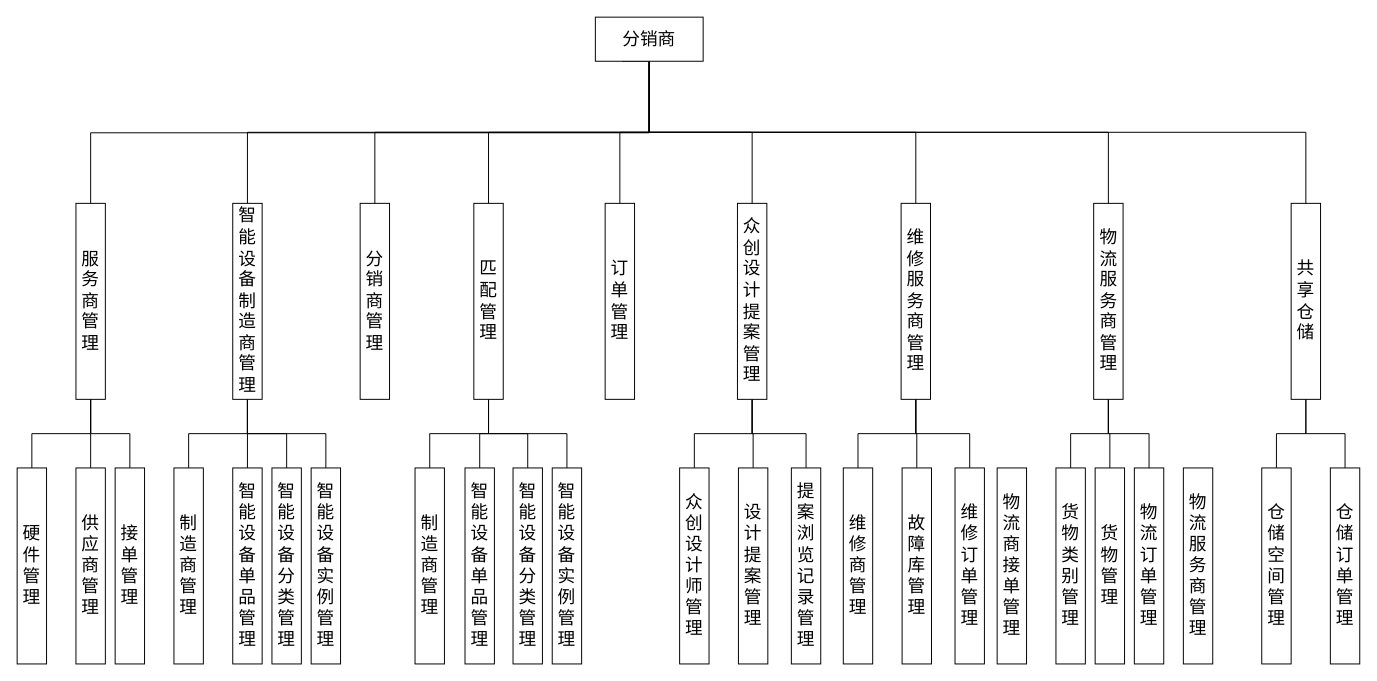
Above: page "下游" (2 of 6) of 毕设/功能模块图.drawio in 2919282119/charts (draw.io), before the change. Source tidied: cells renumbered, new cells numbered last; positions are measured from the earlier drawing's top-left corner, leaving out a move shared by most shapes. Both pictures are drawn from the tidied source at 98%, with x=0, y=0 at pixel (17, 17).
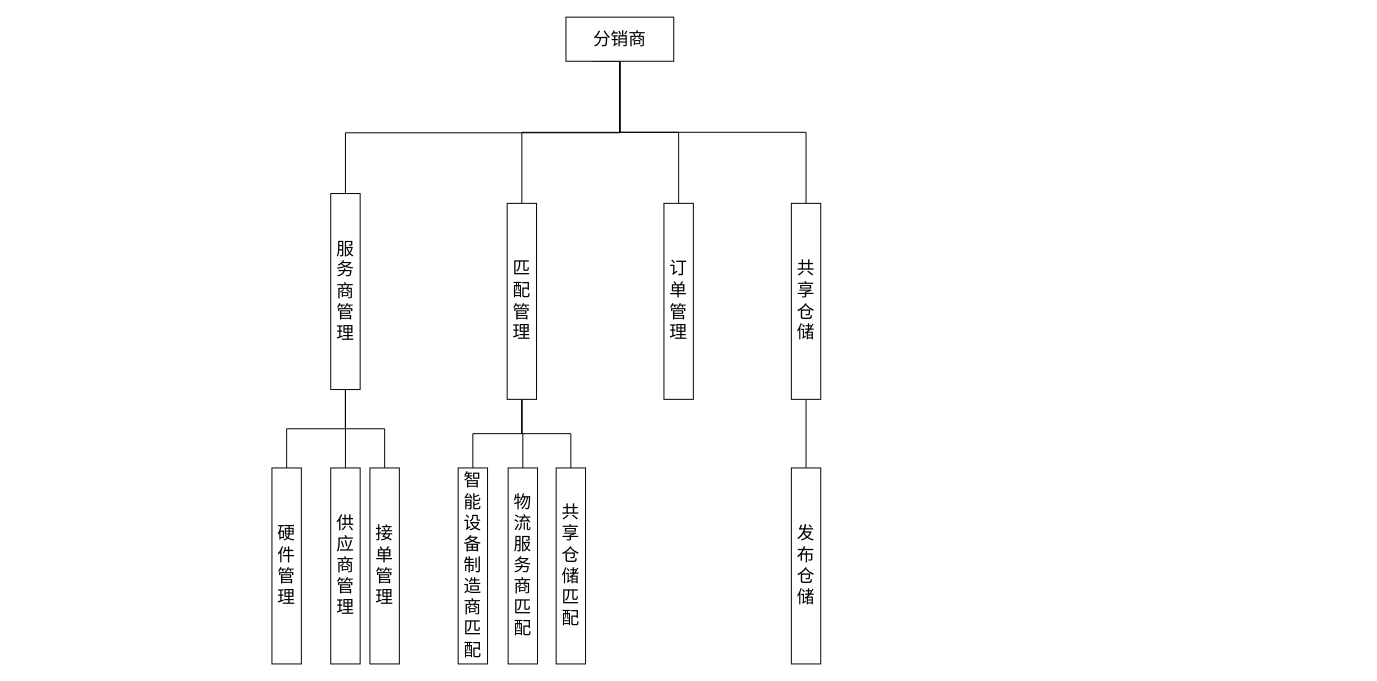
The same diagram, later.

Commit message:
更新功能模块图.drawio

What changed in the source:
```diff
@@
-    <mxCell id="2" value="&lt;font&gt;分销商管理&lt;/font&gt;" style="rounded=0;whiteSpace=wrap;html=1;textDirection=ltr;fontSize=18;" parent="1" vertex="1">
-      <mxGeometry x="350" y="190" width="30" height="200" as="geometry" />
-    </mxCell>
@@
-    <mxCell id="6" style="edgeStyle=orthogonalEdgeStyle;shape=connector;rounded=0;jettySize=auto;html=1;exitX=0.5;exitY=1;exitDx=0;exitDy=0;entryX=0.5;entryY=0;entryDx=0;entryDy=0;strokeColor=default;align=center;verticalAlign=middle;fontFamily=Helvetica;fontSize=12;fontColor=default;labelBackgroundColor=default;textDirection=vertical-lr;startFill=0;endArrow=none;" parent="1" edge="1" source="7" target="34">
-      <mxGeometry relative="1" as="geometry" />
-    </mxCell>
     <mxCell id="7" value="&lt;span&gt;匹配管理&lt;/span&gt;" style="rounded=0;whiteSpace=wrap;html=1;textDirection=ltr;fontSize=18;" parent="1" vertex="1">
-      <mxGeometry x="466" y="190" width="30" height="200" as="geometry" />
+      <mxGeometry x="500" y="190" width="30" height="200" as="geometry" />
     </mxCell>
@@
     <mxCell id="11" value="服务商管理" style="rounded=0;whiteSpace=wrap;html=1;textDirection=ltr;fontSize=18;" parent="1" vertex="1">
-      <mxGeometry x="60" y="190" width="30" height="200" as="geometry" />
+      <mxGeometry x="320" y="180" width="30" height="200" as="geometry" />
     </mxCell>
-    <mxCell id="12" style="edgeStyle=orthogonalEdgeStyle;shape=connector;rounded=0;jettySize=auto;html=1;exitX=0.5;exitY=1;exitDx=0;exitDy=0;strokeColor=default;align=center;verticalAlign=middle;fontFamily=Helvetica;fontSize=12;fontColor=default;labelBackgroundColor=default;textDirection=vertical-lr;startFill=0;endArrow=none;" parent="1" edge="1" source="16" target="51">
-      <mxGeometry relative="1" as="geometry" />
-    </mxCell>
-    <mxCell id="13" style="edgeStyle=orthogonalEdgeStyle;shape=connector;rounded=0;jettySize=auto;html=1;exitX=0.5;exitY=1;exitDx=0;exitDy=0;strokeColor=default;align=center;verticalAlign=middle;fontFamily=Helvetica;fontSize=12;fontColor=default;labelBackgroundColor=default;textDirection=vertical-lr;startFill=0;endArrow=none;" parent="1" edge="1" source="16" target="53">
-      <mxGeometry relative="1" as="geometry" />
-    </mxCell>
-    <mxCell id="14" style="edgeStyle=orthogonalEdgeStyle;shape=connector;rounded=0;jettySize=auto;html=1;exitX=0.5;exitY=1;exitDx=0;exitDy=0;strokeColor=default;align=center;verticalAlign=middle;fontFamily=Helvetica;fontSize=12;fontColor=default;labelBackgroundColor=default;textDirection=vertical-lr;startFill=0;endArrow=none;" parent="1" edge="1" source="16" target="52">
-      <mxGeometry relative="1" as="geometry" />
-    </mxCell>
-    <mxCell id="15" style="edgeStyle=orthogonalEdgeStyle;shape=connector;rounded=0;jettySize=auto;html=1;exitX=0.5;exitY=1;exitDx=0;exitDy=0;entryX=0.5;entryY=0;entryDx=0;entryDy=0;strokeColor=default;align=center;verticalAlign=middle;fontFamily=Helvetica;fontSize=12;fontColor=default;labelBackgroundColor=default;textDirection=vertical-lr;startFill=0;endArrow=none;" parent="1" edge="1" source="16" target="33">
-      <mxGeometry relative="1" as="geometry" />
-    </mxCell>
-    <mxCell id="16" value="&lt;font&gt;智能设备制造商管理&lt;/font&gt;" style="rounded=0;whiteSpace=wrap;html=1;textDirection=ltr;fontSize=18;" parent="1" vertex="1">
-      <mxGeometry x="220" y="190" width="30" height="200" as="geometry" />
-    </mxCell>
     <mxCell id="17" value="&lt;span&gt;订单管理&lt;/span&gt;" style="rounded=0;whiteSpace=wrap;html=1;textDirection=ltr;fontSize=18;" parent="1" vertex="1">
-      <mxGeometry x="600" y="190" width="30" height="200" as="geometry" />
+      <mxGeometry x="660" y="190" width="30" height="200" as="geometry" />
     </mxCell>
-    <mxCell id="18" style="edgeStyle=orthogonalEdgeStyle;shape=connector;rounded=0;jettySize=auto;html=1;exitX=0.5;exitY=1;exitDx=0;exitDy=0;entryX=0.5;entryY=0;entryDx=0;entryDy=0;strokeColor=default;align=center;verticalAlign=middle;fontFamily=Helvetica;fontSize=12;fontColor=default;labelBackgroundColor=default;textDirection=vertical-lr;startFill=0;endArrow=none;" parent="1" edge="1" source="20" target="46">
-      <mxGeometry relative="1" as="geometry" />
-    </mxCell>
@@
     <mxCell id="20" value="&lt;span&gt;共享仓储&lt;/span&gt;" style="rounded=0;whiteSpace=wrap;html=1;textDirection=ltr;fontSize=18;" parent="1" vertex="1">
-      <mxGeometry x="1300" y="190" width="30" height="200" as="geometry" />
+      <mxGeometry x="790" y="190" width="30" height="200" as="geometry" />
     </mxCell>
-    <mxCell id="21" style="edgeStyle=orthogonalEdgeStyle;shape=connector;rounded=0;jettySize=auto;html=1;exitX=0.5;exitY=1;exitDx=0;exitDy=0;entryX=0.5;entryY=0;entryDx=0;entryDy=0;strokeColor=default;align=center;verticalAlign=middle;fontFamily=Helvetica;fontSize=12;fontColor=default;labelBackgroundColor=default;textDirection=vertical-lr;startFill=0;endArrow=none;" parent="1" edge="1" source="24" target="44">
-      <mxGeometry relative="1" as="geometry" />
-    </mxCell>
-    <mxCell id="22" style="edgeStyle=orthogonalEdgeStyle;shape=connector;rounded=0;jettySize=auto;html=1;exitX=0.5;exitY=1;exitDx=0;exitDy=0;entryX=0.5;entryY=0;entryDx=0;entryDy=0;strokeColor=default;align=center;verticalAlign=middle;fontFamily=Helvetica;fontSize=12;fontColor=default;labelBackgroundColor=default;textDirection=vertical-lr;startFill=0;endArrow=none;" parent="1" edge="1" source="24" target="43">
-      <mxGeometry relative="1" as="geometry" />
-    </mxCell>
-    <mxCell id="23" style="edgeStyle=orthogonalEdgeStyle;shape=connector;rounded=0;jettySize=auto;html=1;exitX=0.5;exitY=1;exitDx=0;exitDy=0;entryX=0.5;entryY=0;entryDx=0;entryDy=0;strokeColor=default;align=center;verticalAlign=middle;fontFamily=Helvetica;fontSize=12;fontColor=default;labelBackgroundColor=default;textDirection=vertical-lr;startFill=0;endArrow=none;" parent="1" edge="1" source="24" target="41">
-      <mxGeometry relative="1" as="geometry" />
-    </mxCell>
-    <mxCell id="24" value="&lt;span&gt;物流服务商管理&lt;/span&gt;" style="rounded=0;whiteSpace=wrap;html=1;textDirection=ltr;fontSize=18;" parent="1" vertex="1">
-      <mxGeometry x="1098.5" y="190" width="30" height="200" as="geometry" />
-    </mxCell>
-    <mxCell id="25" style="edgeStyle=orthogonalEdgeStyle;shape=connector;rounded=0;jettySize=auto;html=1;exitX=0.5;exitY=1;exitDx=0;exitDy=0;entryX=0.5;entryY=0;entryDx=0;entryDy=0;strokeColor=default;align=center;verticalAlign=middle;fontFamily=Helvetica;fontSize=12;fontColor=default;labelBackgroundColor=default;textDirection=vertical-lr;startFill=0;endArrow=none;" parent="1" edge="1" source="28" target="39">
-      <mxGeometry relative="1" as="geometry" />
-    </mxCell>
-    <mxCell id="26" style="edgeStyle=orthogonalEdgeStyle;shape=connector;rounded=0;jettySize=auto;html=1;exitX=0.5;exitY=1;exitDx=0;exitDy=0;entryX=0.5;entryY=0;entryDx=0;entryDy=0;strokeColor=default;align=center;verticalAlign=middle;fontFamily=Helvetica;fontSize=12;fontColor=default;labelBackgroundColor=default;textDirection=vertical-lr;startFill=0;endArrow=none;" parent="1" edge="1" source="28" target="40">
-      <mxGeometry relative="1" as="geometry" />
-    </mxCell>
-    <mxCell id="27" style="edgeStyle=orthogonalEdgeStyle;shape=connector;rounded=0;jettySize=auto;html=1;exitX=0.5;exitY=1;exitDx=0;exitDy=0;entryX=0.5;entryY=0;entryDx=0;entryDy=0;strokeColor=default;align=center;verticalAlign=middle;fontFamily=Helvetica;fontSize=12;fontColor=default;labelBackgroundColor=default;textDirection=vertical-lr;startFill=0;endArrow=none;" parent="1" edge="1" source="28" target="38">
-      <mxGeometry relative="1" as="geometry" />
-    </mxCell>
-    <mxCell id="28" value="&lt;span&gt;维修服务商管理&lt;/span&gt;" style="rounded=0;whiteSpace=wrap;html=1;textDirection=ltr;fontSize=18;" parent="1" vertex="1">
-      <mxGeometry x="902" y="190" width="30" height="200" as="geometry" />
-    </mxCell>
-    <mxCell id="29" style="edgeStyle=orthogonalEdgeStyle;shape=connector;rounded=0;jettySize=auto;html=1;exitX=0.5;exitY=1;exitDx=0;exitDy=0;entryX=0.5;entryY=0;entryDx=0;entryDy=0;strokeColor=default;align=center;verticalAlign=middle;fontFamily=Helvetica;fontSize=12;fontColor=default;labelBackgroundColor=default;textDirection=vertical-lr;startFill=0;endArrow=none;" parent="1" edge="1" source="32" target="36">
-      <mxGeometry relative="1" as="geometry" />
-    </mxCell>
-    <mxCell id="30" style="edgeStyle=orthogonalEdgeStyle;shape=connector;rounded=0;jettySize=auto;html=1;exitX=0.5;exitY=1;exitDx=0;exitDy=0;entryX=0.5;entryY=0;entryDx=0;entryDy=0;strokeColor=default;align=center;verticalAlign=middle;fontFamily=Helvetica;fontSize=12;fontColor=default;labelBackgroundColor=default;textDirection=vertical-lr;startFill=0;endArrow=none;" parent="1" edge="1" source="32" target="37">
-      <mxGeometry relative="1" as="geometry" />
-    </mxCell>
-    <mxCell id="31" style="edgeStyle=orthogonalEdgeStyle;shape=connector;rounded=0;jettySize=auto;html=1;exitX=0.5;exitY=1;exitDx=0;exitDy=0;entryX=0.5;entryY=0;entryDx=0;entryDy=0;strokeColor=default;align=center;verticalAlign=middle;fontFamily=Helvetica;fontSize=12;fontColor=default;labelBackgroundColor=default;textDirection=vertical-lr;startFill=0;endArrow=none;" parent="1" edge="1" source="32" target="35">
-      <mxGeometry relative="1" as="geometry" />
-    </mxCell>
-    <mxCell id="32" value="&lt;span&gt;众创设计提案管理&lt;/span&gt;" style="rounded=0;whiteSpace=wrap;html=1;textDirection=ltr;fontSize=18;" parent="1" vertex="1">
-      <mxGeometry x="735" y="190" width="30" height="200" as="geometry" />
-    </mxCell>
-    <mxCell id="33" value="&lt;font&gt;智能设备实例管理&lt;/font&gt;" style="rounded=0;whiteSpace=wrap;html=1;textDirection=ltr;fontSize=18;" parent="1" vertex="1">
-      <mxGeometry x="300" y="460" width="30" height="200" as="geometry" />
-    </mxCell>
-    <mxCell id="34" value="&lt;font&gt;智能设备实例管理&lt;/font&gt;" style="rounded=0;whiteSpace=wrap;html=1;textDirection=ltr;fontSize=18;" parent="1" vertex="1">
-      <mxGeometry x="546" y="460" width="30" height="200" as="geometry" />
-    </mxCell>
-    <mxCell id="35" value="&lt;font&gt;提案浏览记录管理&lt;/font&gt;" style="rounded=0;whiteSpace=wrap;html=1;textDirection=ltr;fontSize=18;" parent="1" vertex="1">
-      <mxGeometry x="790" y="460" width="30" height="200" as="geometry" />
-    </mxCell>
-    <mxCell id="36" value="&lt;font&gt;众创设计师管理&lt;/font&gt;" style="rounded=0;whiteSpace=wrap;html=1;textDirection=ltr;fontSize=18;" parent="1" vertex="1">
-      <mxGeometry x="676" y="460" width="30" height="200" as="geometry" />
-    </mxCell>
-    <mxCell id="37" value="&lt;font&gt;设计提案管理&lt;/font&gt;" style="rounded=0;whiteSpace=wrap;html=1;textDirection=ltr;fontSize=18;" parent="1" vertex="1">
-      <mxGeometry x="736" y="460" width="30" height="200" as="geometry" />
-    </mxCell>
-    <mxCell id="38" value="&lt;font&gt;维修订单管理&lt;/font&gt;" style="rounded=0;whiteSpace=wrap;html=1;textDirection=ltr;fontSize=18;" parent="1" vertex="1">
-      <mxGeometry x="957" y="460" width="30" height="200" as="geometry" />
-    </mxCell>
-    <mxCell id="39" value="&lt;font&gt;维修商管理&lt;/font&gt;" style="rounded=0;whiteSpace=wrap;html=1;textDirection=ltr;fontSize=18;" parent="1" vertex="1">
-      <mxGeometry x="843" y="460" width="30" height="200" as="geometry" />
-    </mxCell>
-    <mxCell id="40" value="&lt;font&gt;故障库管理&lt;/font&gt;" style="rounded=0;whiteSpace=wrap;html=1;textDirection=ltr;fontSize=18;" parent="1" vertex="1">
-      <mxGeometry x="903" y="460" width="30" height="200" as="geometry" />
-    </mxCell>
-    <mxCell id="41" value="&lt;font&gt;物流订单管理&lt;/font&gt;" style="rounded=0;whiteSpace=wrap;html=1;textDirection=ltr;fontSize=18;" parent="1" vertex="1">
-      <mxGeometry x="1140" y="460" width="30" height="200" as="geometry" />
-    </mxCell>
-    <mxCell id="42" value="&lt;font&gt;物流商接单管理&lt;/font&gt;" style="rounded=0;whiteSpace=wrap;html=1;textDirection=ltr;fontSize=18;" parent="1" vertex="1">
-      <mxGeometry x="1000" y="460" width="30" height="200" as="geometry" />
-    </mxCell>
-    <mxCell id="43" value="&lt;font&gt;货物管理&lt;/font&gt;" style="rounded=0;whiteSpace=wrap;html=1;textDirection=ltr;fontSize=18;" parent="1" vertex="1">
-      <mxGeometry x="1100" y="460" width="30" height="200" as="geometry" />
-    </mxCell>
-    <mxCell id="44" value="&lt;font&gt;货物类别管理&lt;/font&gt;" style="rounded=0;whiteSpace=wrap;html=1;textDirection=ltr;fontSize=18;" parent="1" vertex="1">
-      <mxGeometry x="1060" y="460" width="30" height="200" as="geometry" />
-    </mxCell>
-    <mxCell id="45" value="&lt;font&gt;物流服务商管理&lt;/font&gt;" style="rounded=0;whiteSpace=wrap;html=1;textDirection=ltr;fontSize=18;" parent="1" vertex="1">
-      <mxGeometry x="1190" y="460" width="30" height="200" as="geometry" />
-    </mxCell>
-    <mxCell id="46" value="&lt;font&gt;仓储空间管理&lt;/font&gt;" style="rounded=0;whiteSpace=wrap;html=1;textDirection=ltr;fontSize=18;" parent="1" vertex="1">
-      <mxGeometry x="1270" y="460" width="30" height="200" as="geometry" />
-    </mxCell>
-    <mxCell id="47" value="&lt;font&gt;仓储订单管理&lt;/font&gt;" style="rounded=0;whiteSpace=wrap;html=1;textDirection=ltr;fontSize=18;" parent="1" vertex="1">
-      <mxGeometry x="1340" y="460" width="30" height="200" as="geometry" />
+    <mxCell id="47" value="&lt;font&gt;发布仓储&lt;/font&gt;" style="rounded=0;whiteSpace=wrap;html=1;textDirection=ltr;fontSize=18;" parent="1" vertex="1">
+      <mxGeometry x="790" y="460" width="30" height="200" as="geometry" />
     </mxCell>
-    <mxCell id="48" value="&lt;font&gt;制造商管理&lt;/font&gt;" style="rounded=0;whiteSpace=wrap;html=1;textDirection=ltr;fontSize=18;" parent="1" vertex="1">
-      <mxGeometry x="406" y="460" width="30" height="200" as="geometry" />
+    <mxCell id="48" value="智能设备制造商匹配" style="rounded=0;whiteSpace=wrap;html=1;textDirection=ltr;fontSize=18;" parent="1" vertex="1">
+      <mxGeometry x="450" y="460" width="30" height="200" as="geometry" />
     </mxCell>
-    <mxCell id="49" value="&lt;font&gt;智能设备分类管理&lt;/font&gt;" style="rounded=0;whiteSpace=wrap;html=1;textDirection=ltr;fontSize=18;" parent="1" vertex="1">
-      <mxGeometry x="506" y="460" width="30" height="200" as="geometry" />
+    <mxCell id="49" value="&lt;font&gt;共享仓储匹配&lt;/font&gt;" style="rounded=0;whiteSpace=wrap;html=1;textDirection=ltr;fontSize=18;" parent="1" vertex="1">
+      <mxGeometry x="550" y="460" width="30" height="200" as="geometry" />
     </mxCell>
-    <mxCell id="50" value="&lt;font&gt;智能设备单品管理&lt;/font&gt;" style="rounded=0;whiteSpace=wrap;html=1;textDirection=ltr;fontSize=18;" parent="1" vertex="1">
-      <mxGeometry x="457" y="460" width="30" height="200" as="geometry" />
+    <mxCell id="50" value="&lt;font&gt;物流服务商匹配&lt;/font&gt;" style="rounded=0;whiteSpace=wrap;html=1;textDirection=ltr;fontSize=18;" parent="1" vertex="1">
+      <mxGeometry x="501" y="460" width="30" height="200" as="geometry" />
     </mxCell>
-    <mxCell id="51" value="&lt;font&gt;制造商管理&lt;/font&gt;" style="rounded=0;whiteSpace=wrap;html=1;textDirection=ltr;fontSize=18;" parent="1" vertex="1">
-      <mxGeometry x="160" y="460" width="30" height="200" as="geometry" />
-    </mxCell>
-    <mxCell id="52" value="&lt;font&gt;智能设备分类管理&lt;/font&gt;" style="rounded=0;whiteSpace=wrap;html=1;textDirection=ltr;fontSize=18;" parent="1" vertex="1">
-      <mxGeometry x="260" y="460" width="30" height="200" as="geometry" />
-    </mxCell>
-    <mxCell id="53" value="&lt;font&gt;智能设备单品管理&lt;/font&gt;" style="rounded=0;whiteSpace=wrap;html=1;textDirection=ltr;fontSize=18;" parent="1" vertex="1">
-      <mxGeometry x="220" y="460" width="30" height="200" as="geometry" />
-    </mxCell>
     <mxCell id="54" value="&lt;font&gt;硬件管理&lt;/font&gt;" style="rounded=0;whiteSpace=wrap;html=1;textDirection=ltr;fontSize=18;" parent="1" vertex="1">
-      <mxGeometry y="460" width="30" height="200" as="geometry" />
+      <mxGeometry x="260" y="460" width="30" height="200" as="geometry" />
     </mxCell>
     <mxCell id="55" value="&lt;font&gt;接单管理&lt;/font&gt;" style="rounded=0;whiteSpace=wrap;html=1;textDirection=ltr;fontSize=18;" parent="1" vertex="1">
-      <mxGeometry x="100" y="460" width="30" height="200" as="geometry" />
+      <mxGeometry x="360" y="460" width="30" height="200" as="geometry" />
     </mxCell>
     <mxCell id="56" value="&lt;font&gt;供应商管理&lt;/font&gt;" style="rounded=0;whiteSpace=wrap;html=1;textDirection=ltr;fontSize=18;" parent="1" vertex="1">
-      <mxGeometry x="60" y="460" width="30" height="200" as="geometry" />
+      <mxGeometry x="320" y="460" width="30" height="200" as="geometry" />
     </mxCell>
     <mxCell id="57" style="edgeStyle=orthogonalEdgeStyle;shape=connector;rounded=0;jettySize=auto;html=1;exitX=0.25;exitY=1;exitDx=0;exitDy=0;entryX=0.5;entryY=0;entryDx=0;entryDy=0;strokeColor=default;align=center;verticalAlign=middle;fontFamily=Helvetica;fontSize=12;fontColor=default;labelBackgroundColor=default;textDirection=vertical-lr;startFill=0;endArrow=none;" parent="1" edge="1" source="66" target="11">
       <mxGeometry relative="1" as="geometry">
         <Array as="points">
-          <mxPoint x="645" y="45" />
-          <mxPoint x="645" y="118" />
-          <mxPoint x="75" y="118" />
+          <mxPoint x="615" y="45" />
+          <mxPoint x="615" y="118" />
+          <mxPoint x="335" y="118" />
         </Array>
       </mxGeometry>
     </mxCell>
-    <mxCell id="58" style="edgeStyle=orthogonalEdgeStyle;shape=connector;rounded=0;jettySize=auto;html=1;exitX=0.5;exitY=1;exitDx=0;exitDy=0;strokeColor=default;align=center;verticalAlign=middle;fontFamily=Helvetica;fontSize=12;fontColor=default;labelBackgroundColor=default;textDirection=vertical-lr;startFill=0;endArrow=none;" parent="1" edge="1" source="66" target="16">
-      <mxGeometry relative="1" as="geometry" />
-    </mxCell>
-    <mxCell id="59" style="edgeStyle=orthogonalEdgeStyle;shape=connector;rounded=0;jettySize=auto;html=1;exitX=0.5;exitY=1;exitDx=0;exitDy=0;strokeColor=default;align=center;verticalAlign=middle;fontFamily=Helvetica;fontSize=12;fontColor=default;labelBackgroundColor=default;textDirection=vertical-lr;startFill=0;endArrow=none;" parent="1" edge="1" source="66" target="2">
-      <mxGeometry relative="1" as="geometry" />
-    </mxCell>
@@
-    <mxCell id="62" style="edgeStyle=orthogonalEdgeStyle;shape=connector;rounded=0;jettySize=auto;html=1;exitX=0.5;exitY=1;exitDx=0;exitDy=0;entryX=0.5;entryY=0;entryDx=0;entryDy=0;strokeColor=default;align=center;verticalAlign=middle;fontFamily=Helvetica;fontSize=12;fontColor=default;labelBackgroundColor=default;textDirection=vertical-lr;startFill=0;endArrow=none;" parent="1" edge="1" source="66" target="32">
-      <mxGeometry relative="1" as="geometry" />
-    </mxCell>
-    <mxCell id="63" style="edgeStyle=orthogonalEdgeStyle;shape=connector;rounded=0;jettySize=auto;html=1;exitX=0.5;exitY=1;exitDx=0;exitDy=0;entryX=0.5;entryY=0;entryDx=0;entryDy=0;strokeColor=default;align=center;verticalAlign=middle;fontFamily=Helvetica;fontSize=12;fontColor=default;labelBackgroundColor=default;textDirection=vertical-lr;startFill=0;endArrow=none;" parent="1" edge="1" source="66" target="28">
-      <mxGeometry relative="1" as="geometry" />
-    </mxCell>
-    <mxCell id="64" style="edgeStyle=orthogonalEdgeStyle;shape=connector;rounded=0;jettySize=auto;html=1;exitX=0.5;exitY=1;exitDx=0;exitDy=0;entryX=0.5;entryY=0;entryDx=0;entryDy=0;strokeColor=default;align=center;verticalAlign=middle;fontFamily=Helvetica;fontSize=12;fontColor=default;labelBackgroundColor=default;textDirection=vertical-lr;startFill=0;endArrow=none;" parent="1" edge="1" source="66" target="24">
-      <mxGeometry relative="1" as="geometry" />
-    </mxCell>
@@
     <mxCell id="66" value="&lt;font&gt;分销商&lt;/font&gt;" style="rounded=0;whiteSpace=wrap;html=1;textDirection=ltr;fontSize=18;" parent="1" vertex="1">
-      <mxGeometry x="590" width="110" height="45" as="geometry" />
+      <mxGeometry x="560" width="110" height="45" as="geometry" />
     </mxCell>
```
